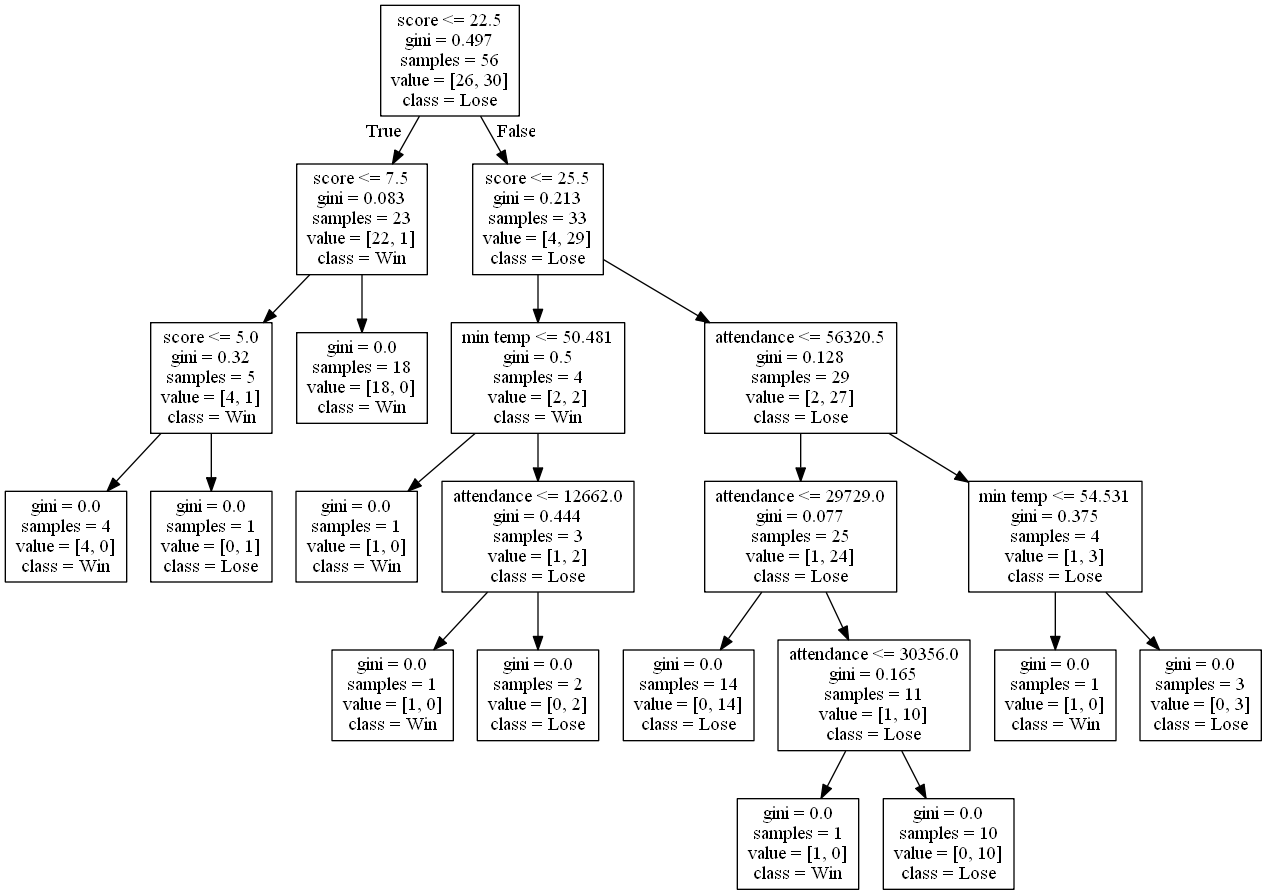
alexana-steck/CSE482Project keeps this Graphviz diagram as DecisionTrees/decision_tree_with_score12.png. Above is the earlier version. Its source is kept beside it as DecisionTrees/decision_tree_with_score12.dot. The source it was exported from:
```dot
digraph Tree {
node [shape=box] ;
0 [label="score <= 22.5\ngini = 0.497\nsamples = 56\nvalue = [26, 30]\nclass = Lose"] ;
1 [label="score <= 7.5\ngini = 0.083\nsamples = 23\nvalue = [22, 1]\nclass = Win"] ;
0 -> 1 [labeldistance=2.5, labelangle=45, headlabel="True"] ;
2 [label="score <= 5.0\ngini = 0.32\nsamples = 5\nvalue = [4, 1]\nclass = Win"] ;
1 -> 2 ;
3 [label="gini = 0.0\nsamples = 4\nvalue = [4, 0]\nclass = Win"] ;
2 -> 3 ;
4 [label="gini = 0.0\nsamples = 1\nvalue = [0, 1]\nclass = Lose"] ;
2 -> 4 ;
5 [label="gini = 0.0\nsamples = 18\nvalue = [18, 0]\nclass = Win"] ;
1 -> 5 ;
6 [label="score <= 25.5\ngini = 0.213\nsamples = 33\nvalue = [4, 29]\nclass = Lose"] ;
0 -> 6 [labeldistance=2.5, labelangle=-45, headlabel="False"] ;
7 [label="min temp <= 50.481\ngini = 0.5\nsamples = 4\nvalue = [2, 2]\nclass = Win"] ;
6 -> 7 ;
8 [label="gini = 0.0\nsamples = 1\nvalue = [1, 0]\nclass = Win"] ;
7 -> 8 ;
9 [label="attendance <= 12662.0\ngini = 0.444\nsamples = 3\nvalue = [1, 2]\nclass = Lose"] ;
7 -> 9 ;
10 [label="gini = 0.0\nsamples = 1\nvalue = [1, 0]\nclass = Win"] ;
9 -> 10 ;
11 [label="gini = 0.0\nsamples = 2\nvalue = [0, 2]\nclass = Lose"] ;
9 -> 11 ;
12 [label="attendance <= 56320.5\ngini = 0.128\nsamples = 29\nvalue = [2, 27]\nclass = Lose"] ;
6 -> 12 ;
13 [label="attendance <= 29729.0\ngini = 0.077\nsamples = 25\nvalue = [1, 24]\nclass = Lose"] ;
12 -> 13 ;
14 [label="gini = 0.0\nsamples = 14\nvalue = [0, 14]\nclass = Lose"] ;
13 -> 14 ;
15 [label="attendance <= 30356.0\ngini = 0.165\nsamples = 11\nvalue = [1, 10]\nclass = Lose"] ;
13 -> 15 ;
16 [label="gini = 0.0\nsamples = 1\nvalue = [1, 0]\nclass = Win"] ;
15 -> 16 ;
17 [label="gini = 0.0\nsamples = 10\nvalue = [0, 10]\nclass = Lose"] ;
15 -> 17 ;
18 [label="min temp <= 54.531\ngini = 0.375\nsamples = 4\nvalue = [1, 3]\nclass = Lose"] ;
12 -> 18 ;
19 [label="gini = 0.0\nsamples = 1\nvalue = [1, 0]\nclass = Win"] ;
18 -> 19 ;
20 [label="gini = 0.0\nsamples = 3\nvalue = [0, 3]\nclass = Lose"] ;
18 -> 20 ;
}
```
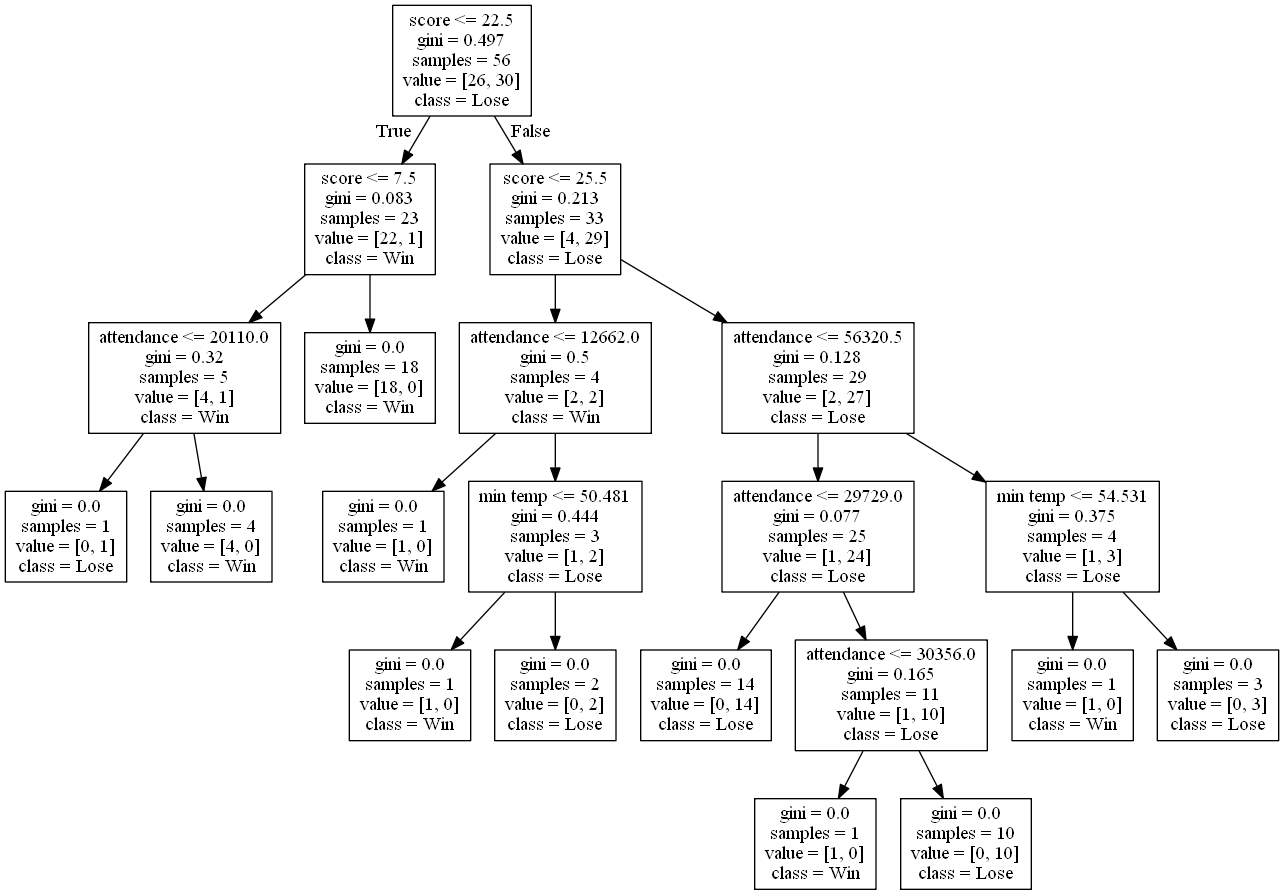
Above is the later version.

The edit, as a diff of the source:
```diff
@@ -3,21 +3,21 @@
 0 [label="score <= 22.5\ngini = 0.497\nsamples = 56\nvalue = [26, 30]\nclass = Lose"] ;
 1 [label="score <= 7.5\ngini = 0.083\nsamples = 23\nvalue = [22, 1]\nclass = Win"] ;
 0 -> 1 [labeldistance=2.5, labelangle=45, headlabel="True"] ;
-2 [label="score <= 5.0\ngini = 0.32\nsamples = 5\nvalue = [4, 1]\nclass = Win"] ;
+2 [label="attendance <= 20110.0\ngini = 0.32\nsamples = 5\nvalue = [4, 1]\nclass = Win"] ;
 1 -> 2 ;
-3 [label="gini = 0.0\nsamples = 4\nvalue = [4, 0]\nclass = Win"] ;
+3 [label="gini = 0.0\nsamples = 1\nvalue = [0, 1]\nclass = Lose"] ;
 2 -> 3 ;
-4 [label="gini = 0.0\nsamples = 1\nvalue = [0, 1]\nclass = Lose"] ;
+4 [label="gini = 0.0\nsamples = 4\nvalue = [4, 0]\nclass = Win"] ;
 2 -> 4 ;
 5 [label="gini = 0.0\nsamples = 18\nvalue = [18, 0]\nclass = Win"] ;
 1 -> 5 ;
 6 [label="score <= 25.5\ngini = 0.213\nsamples = 33\nvalue = [4, 29]\nclass = Lose"] ;
 0 -> 6 [labeldistance=2.5, labelangle=-45, headlabel="False"] ;
-7 [label="min temp <= 50.481\ngini = 0.5\nsamples = 4\nvalue = [2, 2]\nclass = Win"] ;
+7 [label="attendance <= 12662.0\ngini = 0.5\nsamples = 4\nvalue = [2, 2]\nclass = Win"] ;
 6 -> 7 ;
 8 [label="gini = 0.0\nsamples = 1\nvalue = [1, 0]\nclass = Win"] ;
 7 -> 8 ;
-9 [label="attendance <= 12662.0\ngini = 0.444\nsamples = 3\nvalue = [1, 2]\nclass = Lose"] ;
+9 [label="min temp <= 50.481\ngini = 0.444\nsamples = 3\nvalue = [1, 2]\nclass = Lose"] ;
 7 -> 9 ;
 10 [label="gini = 0.0\nsamples = 1\nvalue = [1, 0]\nclass = Win"] ;
 9 -> 10 ;
```
